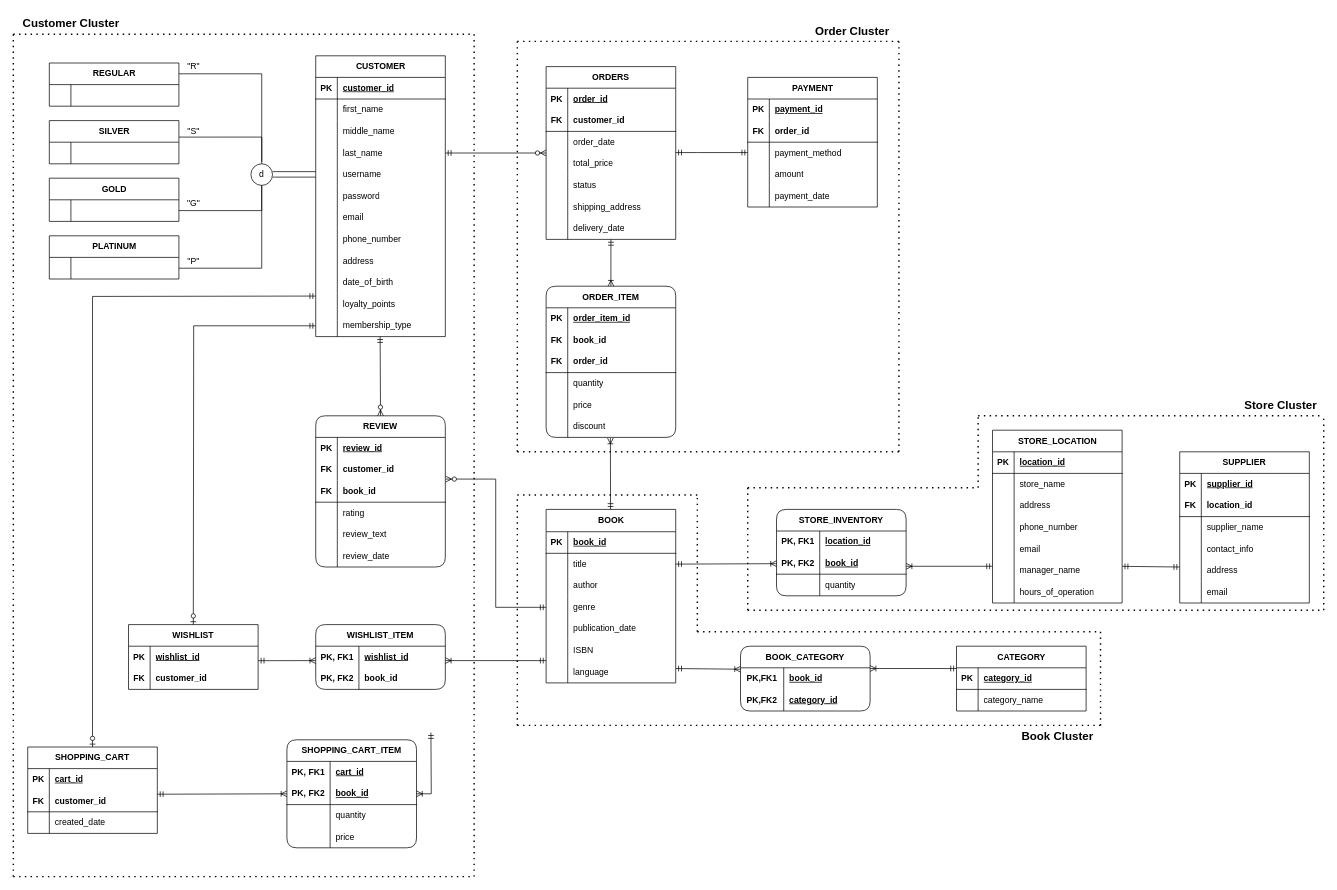
Above: page "Page-1" (1 of 5) of diagram/diagram.drawio in sirithatthamrong/Kinakuniyo-Bookstore-Database (draw.io), before the change. Source tidied: cells renumbered, new cells numbered last; positions are measured from the earlier drawing's top-left corner, leaving out a move shared by most shapes. Both pictures are drawn from the tidied source at 72%, with x=0, y=0 at pixel (13, 12).
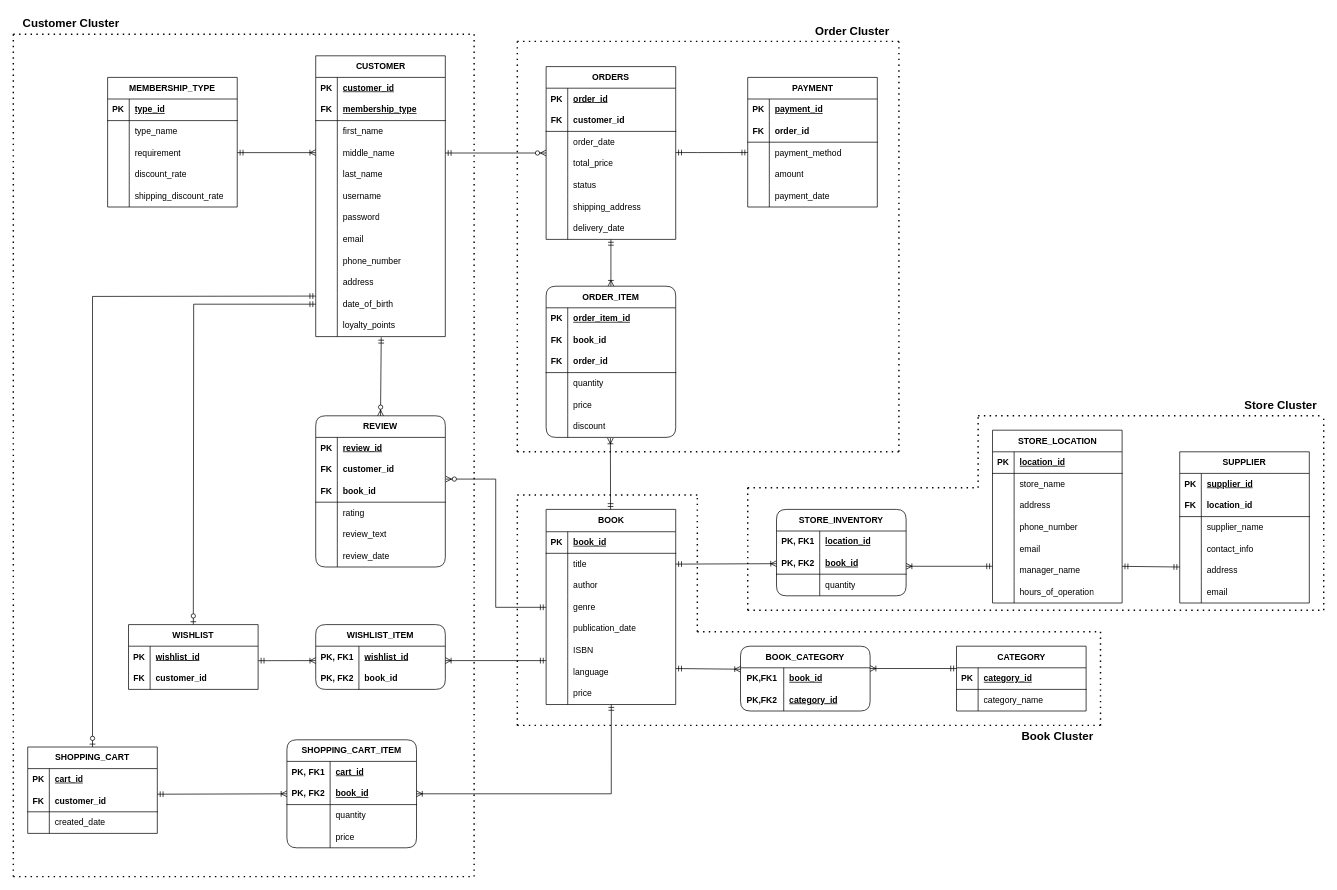
Above is the later version.

Unchanged cells that the change refers to:
```xml
<mxCell id="2" value="CUSTOMER" style="shape=table;startSize=30;childLayout=tableLayout;rowLines=0;fontStyle=1;align=center;html=1;" parent="1" vertex="1">
  <mxGeometry x="420" y="60" width="180" height="390" as="geometry" />
</mxCell>
<mxCell id="150" value="REVIEW" style="shape=table;startSize=30;childLayout=tableLayout;rowLines=0;fontStyle=1;align=center;html=1;whiteSpace=wrap;rounded=1;swimlaneLine=1;" parent="1" vertex="1">
  <mxGeometry x="420" y="560" width="180" height="210" as="geometry" />
</mxCell>
<mxCell id="227" style="shape=tableRow;horizontal=0;startSize=0;swimlaneHead=0;swimlaneBody=0;fillColor=none;points=[[0,0.5],[1,0.5]];portConstraint=eastwest;top=0;left=0;right=0;bottom=1;html=1;" parent="223" vertex="1">
  <mxGeometry y="60" width="180" height="30" as="geometry" />
</mxCell>
```

Change to the diagram source:
```diff
@@
+    <mxCell id="308" style="shape=tableRow;horizontal=0;startSize=0;swimlaneHead=0;swimlaneBody=0;fillColor=none;top=0;left=0;right=0;bottom=0;strokeColor=inherit;swimlaneLine=0;" parent="2" vertex="1">
+      <mxGeometry y="30" width="180" height="30" as="geometry" />
+    </mxCell>
+    <mxCell id="309" value="PK" style="shape=partialRectangle;fillColor=none;top=0;left=0;bottom=0;right=0;fontStyle=1;overflow=hidden;whiteSpace=wrap;html=1;" parent="308" vertex="1">
+      <mxGeometry width="30" height="30" as="geometry" />
+    </mxCell>
+    <mxCell id="310" value="customer_id" style="shape=partialRectangle;fillColor=none;top=0;left=0;bottom=0;right=0;align=left;spacingLeft=6;fontStyle=5;overflow=hidden;whiteSpace=wrap;html=1;strokeColor=inherit;" parent="308" vertex="1">
+      <mxGeometry x="30" width="150" height="30" as="geometry" />
+    </mxCell>
     <mxCell id="3" style="shape=tableRow;horizontal=0;startSize=0;swimlaneHead=0;swimlaneBody=0;fillColor=none;top=0;left=0;right=0;bottom=1;" parent="2" vertex="1">
-      <mxGeometry y="30" width="180" height="30" as="geometry" />
+      <mxGeometry y="60" width="180" height="30" as="geometry" />
     </mxCell>
-    <mxCell id="4" value="PK" style="shape=partialRectangle;fillColor=none;top=0;left=0;bottom=0;right=0;fontStyle=1;overflow=hidden;whiteSpace=wrap;html=1;" parent="3" vertex="1">
+    <mxCell id="4" value="FK" style="shape=partialRectangle;fillColor=none;top=0;left=0;bottom=0;right=0;fontStyle=1;overflow=hidden;whiteSpace=wrap;html=1;" parent="3" vertex="1">
       <mxGeometry width="30" height="30" as="geometry" />
     </mxCell>
-    <mxCell id="5" value="customer_id" style="shape=partialRectangle;fillColor=none;top=0;left=0;bottom=0;right=0;align=left;spacingLeft=6;fontStyle=5;overflow=hidden;whiteSpace=wrap;html=1;" parent="3" vertex="1">
+    <mxCell id="5" value="membership_type" style="shape=partialRectangle;fillColor=none;top=0;left=0;bottom=0;right=0;align=left;spacingLeft=6;fontStyle=5;overflow=hidden;whiteSpace=wrap;html=1;" parent="3" vertex="1">
       <mxGeometry x="30" width="150" height="30" as="geometry" />
     </mxCell>
     <mxCell id="6" style="shape=tableRow;horizontal=0;startSize=0;swimlaneHead=0;swimlaneBody=0;fillColor=none;top=0;left=0;right=0;bottom=0;" parent="2" vertex="1">
-      <mxGeometry y="60" width="180" height="30" as="geometry" />
+      <mxGeometry y="90" width="180" height="30" as="geometry" />
     </mxCell>
@@
     <mxCell id="9" style="shape=tableRow;horizontal=0;startSize=0;swimlaneHead=0;swimlaneBody=0;fillColor=none;points=[[0,0.5],[1,0.5]];portConstraint=eastwest;top=0;left=0;right=0;bottom=0;" parent="2" vertex="1">
-      <mxGeometry y="90" width="180" height="30" as="geometry" />
+      <mxGeometry y="120" width="180" height="30" as="geometry" />
     </mxCell>
@@
     <mxCell id="12" style="shape=tableRow;horizontal=0;startSize=0;swimlaneHead=0;swimlaneBody=0;fillColor=none;points=[[0,0.5],[1,0.5]];portConstraint=eastwest;top=0;left=0;right=0;bottom=0;" parent="2" vertex="1">
-      <mxGeometry y="120" width="180" height="30" as="geometry" />
+      <mxGeometry y="150" width="180" height="30" as="geometry" />
     </mxCell>
@@
     <mxCell id="15" style="shape=tableRow;horizontal=0;startSize=0;swimlaneHead=0;swimlaneBody=0;fillColor=none;top=0;left=0;right=0;bottom=0;" parent="2" vertex="1">
-      <mxGeometry y="150" width="180" height="30" as="geometry" />
+      <mxGeometry y="180" width="180" height="30" as="geometry" />
     </mxCell>
@@
     <mxCell id="18" style="shape=tableRow;horizontal=0;startSize=0;swimlaneHead=0;swimlaneBody=0;fillColor=none;top=0;left=0;right=0;bottom=0;" parent="2" vertex="1">
-      <mxGeometry y="180" width="180" height="30" as="geometry" />
+      <mxGeometry y="210" width="180" height="30" as="geometry" />
     </mxCell>
@@
     <mxCell id="21" style="shape=tableRow;horizontal=0;startSize=0;swimlaneHead=0;swimlaneBody=0;fillColor=none;top=0;left=0;right=0;bottom=0;" parent="2" vertex="1">
-      <mxGeometry y="210" width="180" height="30" as="geometry" />
+      <mxGeometry y="240" width="180" height="30" as="geometry" />
     </mxCell>
@@
     <mxCell id="24" style="shape=tableRow;horizontal=0;startSize=0;swimlaneHead=0;swimlaneBody=0;fillColor=none;top=0;left=0;right=0;bottom=0;" parent="2" vertex="1">
-      <mxGeometry y="240" width="180" height="30" as="geometry" />
+      <mxGeometry y="270" width="180" height="30" as="geometry" />
     </mxCell>
@@
     <mxCell id="27" style="shape=tableRow;horizontal=0;startSize=0;swimlaneHead=0;swimlaneBody=0;fillColor=none;top=0;left=0;right=0;bottom=0;" parent="2" vertex="1">
-      <mxGeometry y="270" width="180" height="30" as="geometry" />
+      <mxGeometry y="300" width="180" height="30" as="geometry" />
     </mxCell>
@@
     <mxCell id="30" style="shape=tableRow;horizontal=0;startSize=0;swimlaneHead=0;swimlaneBody=0;fillColor=none;points=[[0,0.5],[1,0.5]];portConstraint=eastwest;top=0;left=0;right=0;bottom=0;" parent="2" vertex="1">
-      <mxGeometry y="300" width="180" height="30" as="geometry" />
+      <mxGeometry y="330" width="180" height="30" as="geometry" />
     </mxCell>
@@
     <mxCell id="33" style="shape=tableRow;horizontal=0;startSize=0;swimlaneHead=0;swimlaneBody=0;fillColor=none;top=0;left=0;right=0;bottom=0;" parent="2" vertex="1">
-      <mxGeometry y="330" width="180" height="30" as="geometry" />
+      <mxGeometry y="360" width="180" height="30" as="geometry" />
     </mxCell>
@@
-    <mxCell id="36" style="shape=tableRow;horizontal=0;startSize=0;swimlaneHead=0;swimlaneBody=0;fillColor=none;points=[[0,0.5],[1,0.5]];portConstraint=eastwest;top=0;left=0;right=0;bottom=0;" parent="2" vertex="1">
-      <mxGeometry y="360" width="180" height="30" as="geometry" />
-    </mxCell>
-    <mxCell id="37" style="shape=partialRectangle;fillColor=none;top=0;left=0;bottom=0;right=0;overflow=hidden;whiteSpace=wrap;html=1;" parent="36" vertex="1">
-      <mxGeometry width="30" height="30" as="geometry" />
-    </mxCell>
-    <mxCell id="38" value="membership_type" style="shape=partialRectangle;fillColor=none;top=0;left=0;bottom=0;right=0;align=left;spacingLeft=6;overflow=hidden;whiteSpace=wrap;html=1;" parent="36" vertex="1">
-      <mxGeometry x="30" width="150" height="30" as="geometry" />
-    </mxCell>
-    <mxCell id="39" style="shape=link;html=1;rounded=0;width=7.600000000000001;" parent="1" edge="1">
-      <mxGeometry relative="1" as="geometry">
-        <mxPoint x="420" y="224.7" as="sourcePoint" />
-        <mxPoint x="360.2" y="224.7" as="targetPoint" />
-      </mxGeometry>
-    </mxCell>
-    <mxCell id="40" style="ellipse;whiteSpace=wrap;html=1;" parent="1" vertex="1">
-      <mxGeometry x="330" y="210" width="30" height="30" as="geometry" />
-    </mxCell>
-    <mxCell id="41" style="edgeStyle=orthogonalEdgeStyle;rounded=0;jettySize=auto;html=1;exitX=0.5;exitY=0;exitDx=0;exitDy=0;" parent="1" edge="1" source="42">
-      <mxGeometry relative="1" as="geometry">
-        <mxPoint x="345.1" y="212.6" as="targetPoint" />
-      </mxGeometry>
-    </mxCell>
-    <mxCell id="42" value="d" style="text;html=1;align=center;verticalAlign=middle;whiteSpace=wrap;rounded=0;" parent="1" vertex="1">
-      <mxGeometry x="330" y="212.5" width="30" height="25" as="geometry" />
-    </mxCell>
-    <mxCell id="43" value="REGULAR" style="shape=table;startSize=30;childLayout=tableLayout;rowLines=0;fontStyle=1;align=center;html=1;" parent="1" vertex="1">
-      <mxGeometry x="50" y="70" width="180" height="60" as="geometry" />
-    </mxCell>
-    <mxCell id="44" style="shape=tableRow;horizontal=0;startSize=0;swimlaneHead=0;swimlaneBody=0;fillColor=none;top=0;left=0;right=0;bottom=0;" parent="43" vertex="1">
-      <mxGeometry y="30" width="180" height="30" as="geometry" />
-    </mxCell>
-    <mxCell id="45" style="shape=partialRectangle;fillColor=none;top=0;left=0;bottom=0;right=0;overflow=hidden;whiteSpace=wrap;html=1;" parent="44" vertex="1">
-      <mxGeometry width="30" height="30" as="geometry" />
-    </mxCell>
-    <mxCell id="46" style="shape=partialRectangle;fillColor=none;top=0;left=0;bottom=0;right=0;align=left;spacingLeft=6;overflow=hidden;whiteSpace=wrap;html=1;" parent="44" vertex="1">
-      <mxGeometry x="30" width="150" height="30" as="geometry" />
-    </mxCell>
-    <mxCell id="47" value="SILVER" style="shape=table;startSize=30;childLayout=tableLayout;rowLines=0;fontStyle=1;align=center;html=1;" parent="1" vertex="1">
-      <mxGeometry x="50" y="150" width="180" height="60" as="geometry" />
-    </mxCell>
-    <mxCell id="48" style="shape=tableRow;horizontal=0;startSize=0;swimlaneHead=0;swimlaneBody=0;fillColor=none;top=0;left=0;right=0;bottom=0;" parent="47" vertex="1">
-      <mxGeometry y="30" width="180" height="30" as="geometry" />
-    </mxCell>
-    <mxCell id="49" style="shape=partialRectangle;fillColor=none;top=0;left=0;bottom=0;right=0;overflow=hidden;whiteSpace=wrap;html=1;" parent="48" vertex="1">
-      <mxGeometry width="30" height="30" as="geometry" />
-    </mxCell>
-    <mxCell id="50" style="shape=partialRectangle;fillColor=none;top=0;left=0;bottom=0;right=0;align=left;spacingLeft=6;overflow=hidden;whiteSpace=wrap;html=1;" parent="48" vertex="1">
-      <mxGeometry x="30" width="150" height="30" as="geometry" />
-    </mxCell>
-    <mxCell id="51" value="GOLD" style="shape=table;startSize=30;childLayout=tableLayout;rowLines=0;fontStyle=1;align=center;html=1;" parent="1" vertex="1">
-      <mxGeometry x="50" y="230" width="180" height="60" as="geometry" />
-    </mxCell>
-    <mxCell id="52" style="shape=tableRow;horizontal=0;startSize=0;swimlaneHead=0;swimlaneBody=0;fillColor=none;points=[[0,0.5],[1,0.5]];portConstraint=eastwest;top=0;left=0;right=0;bottom=0;" parent="51" vertex="1">
-      <mxGeometry y="30" width="180" height="30" as="geometry" />
-    </mxCell>
-    <mxCell id="53" style="shape=partialRectangle;fillColor=none;top=0;left=0;bottom=0;right=0;overflow=hidden;whiteSpace=wrap;html=1;" parent="52" vertex="1">
-      <mxGeometry width="30" height="30" as="geometry" />
-    </mxCell>
-    <mxCell id="54" style="shape=partialRectangle;fillColor=none;top=0;left=0;bottom=0;right=0;align=left;spacingLeft=6;overflow=hidden;whiteSpace=wrap;html=1;" parent="52" vertex="1">
-      <mxGeometry x="30" width="150" height="30" as="geometry" />
-    </mxCell>
-    <mxCell id="55" value="PLATINUM" style="shape=table;startSize=30;childLayout=tableLayout;rowLines=0;fontStyle=1;align=center;html=1;" parent="1" vertex="1">
-      <mxGeometry x="50" y="310" width="180" height="60" as="geometry" />
-    </mxCell>
-    <mxCell id="56" style="shape=tableRow;horizontal=0;startSize=0;swimlaneHead=0;swimlaneBody=0;fillColor=none;points=[[0,0.5],[1,0.5]];portConstraint=eastwest;top=0;left=0;right=0;bottom=0;" parent="55" vertex="1">
-      <mxGeometry y="30" width="180" height="30" as="geometry" />
-    </mxCell>
-    <mxCell id="57" style="shape=partialRectangle;fillColor=none;top=0;left=0;bottom=0;right=0;overflow=hidden;whiteSpace=wrap;html=1;" parent="56" vertex="1">
-      <mxGeometry width="30" height="30" as="geometry" />
-    </mxCell>
-    <mxCell id="58" style="shape=partialRectangle;fillColor=none;top=0;left=0;bottom=0;right=0;align=left;spacingLeft=6;overflow=hidden;whiteSpace=wrap;html=1;" parent="56" vertex="1">
-      <mxGeometry x="30" width="150" height="30" as="geometry" />
-    </mxCell>
-    <mxCell id="59" style="endArrow=none;html=1;rounded=0;exitX=1;exitY=0.25;exitDx=0;exitDy=0;edgeStyle=orthogonalEdgeStyle;entryX=0.5;entryY=0;entryDx=0;entryDy=0;" parent="1" edge="1" source="43" target="40">
-      <mxGeometry relative="1" as="geometry">
-        <Array as="points">
-          <mxPoint x="345" y="85" />
-        </Array>
-      </mxGeometry>
-    </mxCell>
-    <mxCell id="60" style="endArrow=none;html=1;rounded=0;entryX=0.504;entryY=-0.089;entryDx=0;entryDy=0;exitX=1.001;exitY=0.382;exitDx=0;exitDy=0;edgeStyle=orthogonalEdgeStyle;entryPerimeter=0;exitPerimeter=0;" parent="1" edge="1" source="47" target="40">
-      <mxGeometry relative="1" as="geometry">
-        <Array as="points">
-          <mxPoint x="345" y="173" />
-        </Array>
-      </mxGeometry>
-    </mxCell>
-    <mxCell id="61" style="endArrow=none;html=1;rounded=0;entryX=0.5;entryY=1;entryDx=0;entryDy=0;exitX=1;exitY=0.5;exitDx=0;exitDy=0;edgeStyle=orthogonalEdgeStyle;" parent="1" edge="1" source="52" target="40">
-      <mxGeometry relative="1" as="geometry">
-        <Array as="points">
-          <mxPoint x="345" y="275" />
-        </Array>
-      </mxGeometry>
-    </mxCell>
-    <mxCell id="62" style="endArrow=none;html=1;rounded=0;entryX=0.5;entryY=1;entryDx=0;entryDy=0;exitX=1;exitY=0.5;exitDx=0;exitDy=0;edgeStyle=orthogonalEdgeStyle;" parent="1" edge="1" source="56" target="40">
-      <mxGeometry relative="1" as="geometry">
-        <Array as="points">
-          <mxPoint x="345" y="355" />
-        </Array>
-      </mxGeometry>
-    </mxCell>
-    <mxCell id="63" value="&quot;R&quot;" style="text;html=1;align=center;verticalAlign=middle;strokeColor=none;fillColor=none;" parent="1" vertex="1">
-      <mxGeometry x="230" y="60" width="40" height="30" as="geometry" />
-    </mxCell>
-    <mxCell id="64" value="&quot;S&quot;" style="text;html=1;align=center;verticalAlign=middle;strokeColor=none;fillColor=none;" parent="1" vertex="1">
-      <mxGeometry x="230" y="150" width="40" height="30" as="geometry" />
-    </mxCell>
-    <mxCell id="65" value="&quot;G&quot;" style="text;html=1;align=center;verticalAlign=middle;strokeColor=none;fillColor=none;" parent="1" vertex="1">
-      <mxGeometry x="230" y="250" width="40" height="30" as="geometry" />
-    </mxCell>
-    <mxCell id="66" value="&quot;P&quot;" style="text;html=1;align=center;verticalAlign=middle;strokeColor=none;fillColor=none;" parent="1" vertex="1">
-      <mxGeometry x="230" y="330" width="40" height="30" as="geometry" />
-    </mxCell>
@@
-    <mxCell id="89" style="fontSize=12;html=1;endArrow=ERzeroToMany;startArrow=ERmandOne;rounded=0;exitX=1;exitY=0.5;exitDx=0;exitDy=0;" parent="1" edge="1" source="12">
+    <mxCell id="89" style="fontSize=12;html=1;endArrow=ERzeroToMany;startArrow=ERmandOne;rounded=0;exitX=1;exitY=0.5;exitDx=0;exitDy=0;" parent="1" edge="1" source="9">
       <mxGeometry relative="1" as="geometry">
         <mxPoint x="740" y="195" as="targetPoint" />
       </mxGeometry>
     </mxCell>
@@
     <mxCell id="126" value="BOOK" style="shape=table;startSize=31;childLayout=tableLayout;rowLines=0;fontStyle=1;align=center;html=1;" parent="1" vertex="1">
-      <mxGeometry x="740" y="690" width="180" height="241" as="geometry" />
+      <mxGeometry x="740" y="690" width="180" height="271" as="geometry" />
     </mxCell>
@@
+    <mxCell id="311" style="shape=tableRow;horizontal=0;startSize=0;swimlaneHead=0;swimlaneBody=0;fillColor=none;points=[[0,0.5],[1,0.5]];portConstraint=eastwest;top=0;left=0;right=0;bottom=0;" parent="126" vertex="1">
+      <mxGeometry y="241" width="180" height="30" as="geometry" />
+    </mxCell>
+    <mxCell id="312" style="shape=partialRectangle;fillColor=none;top=0;left=0;bottom=0;right=0;overflow=hidden;whiteSpace=wrap;html=1;" parent="311" vertex="1">
+      <mxGeometry width="30" height="30" as="geometry" />
+    </mxCell>
+    <mxCell id="313" value="price" style="shape=partialRectangle;fillColor=none;top=0;left=0;bottom=0;right=0;align=left;spacingLeft=6;overflow=hidden;whiteSpace=wrap;html=1;" parent="311" vertex="1">
+      <mxGeometry x="30" width="150" height="30" as="geometry" />
+    </mxCell>
@@
-    <mxCell id="176" style="fontSize=12;html=1;endArrow=ERzeroToMany;startArrow=ERmandOne;rounded=0;entryX=0.5;entryY=0;entryDx=0;entryDy=0;exitX=0.497;exitY=1.002;exitDx=0;exitDy=0;exitPerimeter=0;" parent="1" edge="1" source="36" target="150">
-      <mxGeometry relative="1" as="geometry" />
+    <mxCell id="176" style="fontSize=12;html=1;endArrow=ERzeroToMany;startArrow=ERmandOne;rounded=0;entryX=0.5;entryY=0;entryDx=0;entryDy=0;" parent="1" edge="1" target="150">
+      <mxGeometry relative="1" as="geometry">
+        <mxPoint x="511" y="451" as="sourcePoint" />
+      </mxGeometry>
     </mxCell>
@@
-    <mxCell id="237" style="fontSize=12;html=1;endArrow=ERoneToMany;startArrow=ERmandOne;rounded=0;exitX=0.002;exitY=0.256;exitDx=0;exitDy=0;entryX=1;entryY=0.5;entryDx=0;entryDy=0;exitPerimeter=0;edgeStyle=orthogonalEdgeStyle;" parent="1" edge="1" target="227">
-      <mxGeometry relative="1" as="geometry">
-        <mxPoint x="580" y="1000" as="sourcePoint" />
-      </mxGeometry>
+    <mxCell id="237" style="fontSize=12;html=1;endArrow=ERoneToMany;startArrow=ERmandOne;rounded=0;entryX=1;entryY=0.5;entryDx=0;entryDy=0;edgeStyle=orthogonalEdgeStyle;exitX=0.503;exitY=1;exitDx=0;exitDy=0;exitPerimeter=0;" parent="1" edge="1" source="311" target="227">
+      <mxGeometry relative="1" as="geometry" />
     </mxCell>
@@
-    <mxCell id="307" style="fontSize=12;html=1;endArrow=ERzeroToOne;startArrow=ERmandOne;rounded=0;entryX=0.5;entryY=0;entryDx=0;entryDy=0;edgeStyle=orthogonalEdgeStyle;" parent="1" edge="1" source="36">
+    <mxCell id="307" style="fontSize=12;html=1;endArrow=ERzeroToOne;startArrow=ERmandOne;rounded=0;entryX=0.5;entryY=0;entryDx=0;entryDy=0;edgeStyle=orthogonalEdgeStyle;exitX=0;exitY=0.5;exitDx=0;exitDy=0;" parent="1" edge="1" source="30">
       <mxGeometry relative="1" as="geometry">
         <mxPoint x="250" y="850" as="targetPoint" />
       </mxGeometry>
     </mxCell>
+    <mxCell id="314" value="MEMBERSHIP_TYPE" style="shape=table;startSize=30;childLayout=tableLayout;rowLines=0;fontStyle=1;align=center;html=1;whiteSpace=wrap;" parent="1" vertex="1">
+      <mxGeometry x="131" y="90" width="180" height="180" as="geometry" />
+    </mxCell>
+    <mxCell id="315" style="shape=tableRow;horizontal=0;startSize=0;swimlaneHead=0;swimlaneBody=0;fillColor=none;top=0;left=0;right=0;bottom=1;html=1;" parent="314" vertex="1">
+      <mxGeometry y="30" width="180" height="30" as="geometry" />
+    </mxCell>
+    <mxCell id="316" value="PK" style="shape=partialRectangle;fillColor=none;top=0;left=0;bottom=0;right=0;fontStyle=1;overflow=hidden;html=1;whiteSpace=wrap;" parent="315" vertex="1">
+      <mxGeometry width="30" height="30" as="geometry" />
+    </mxCell>
+    <mxCell id="317" value="type_id" style="shape=partialRectangle;fillColor=none;top=0;left=0;bottom=0;right=0;align=left;spacingLeft=6;fontStyle=5;overflow=hidden;html=1;whiteSpace=wrap;strokeColor=default;fontColor=default;dashed=1;dashPattern=8 8;" parent="315" vertex="1">
+      <mxGeometry x="30" width="150" height="30" as="geometry" />
+    </mxCell>
+    <mxCell id="318" style="shape=tableRow;horizontal=0;startSize=0;swimlaneHead=0;swimlaneBody=0;fillColor=none;top=0;left=0;right=0;bottom=0;html=1;strokeColor=default;fontStyle=0;swimlaneLine=0;" parent="314" vertex="1">
+      <mxGeometry y="60" width="180" height="30" as="geometry" />
+    </mxCell>
+    <mxCell id="319" style="shape=partialRectangle;fillColor=none;top=0;left=0;bottom=0;right=0;overflow=hidden;html=1;whiteSpace=wrap;" parent="318" vertex="1">
+      <mxGeometry width="30" height="30" as="geometry" />
+    </mxCell>
+    <mxCell id="320" value="type_name" style="shape=partialRectangle;fillColor=none;top=0;left=0;bottom=0;right=0;align=left;spacingLeft=6;overflow=hidden;html=1;whiteSpace=wrap;" parent="318" vertex="1">
+      <mxGeometry x="30" width="150" height="30" as="geometry" />
+    </mxCell>
+    <mxCell id="321" style="shape=tableRow;horizontal=0;startSize=0;swimlaneHead=0;swimlaneBody=0;fillColor=none;top=0;left=0;right=0;bottom=0;html=1;" parent="314" vertex="1">
+      <mxGeometry y="90" width="180" height="30" as="geometry" />
+    </mxCell>
+    <mxCell id="322" style="shape=partialRectangle;fillColor=none;top=0;left=0;bottom=0;right=0;overflow=hidden;html=1;whiteSpace=wrap;" parent="321" vertex="1">
+      <mxGeometry width="30" height="30" as="geometry" />
+    </mxCell>
+    <mxCell id="323" value="requirement" style="shape=partialRectangle;fillColor=none;top=0;left=0;bottom=0;right=0;align=left;spacingLeft=6;overflow=hidden;html=1;whiteSpace=wrap;" parent="321" vertex="1">
+      <mxGeometry x="30" width="150" height="30" as="geometry" />
+    </mxCell>
+    <mxCell id="324" style="shape=tableRow;horizontal=0;startSize=0;swimlaneHead=0;swimlaneBody=0;fillColor=none;top=0;left=0;right=0;bottom=0;html=1;" parent="314" vertex="1">
+      <mxGeometry y="120" width="180" height="30" as="geometry" />
+    </mxCell>
+    <mxCell id="325" style="shape=partialRectangle;fillColor=none;top=0;left=0;bottom=0;right=0;overflow=hidden;html=1;whiteSpace=wrap;" parent="324" vertex="1">
+      <mxGeometry width="30" height="30" as="geometry" />
+    </mxCell>
+    <mxCell id="326" value="discount_rate" style="shape=partialRectangle;fillColor=none;top=0;left=0;bottom=0;right=0;align=left;spacingLeft=6;overflow=hidden;html=1;whiteSpace=wrap;" parent="324" vertex="1">
+      <mxGeometry x="30" width="150" height="30" as="geometry" />
+    </mxCell>
+    <mxCell id="327" style="shape=tableRow;horizontal=0;startSize=0;swimlaneHead=0;swimlaneBody=0;fillColor=none;top=0;left=0;right=0;bottom=0;html=1;" parent="314" vertex="1">
+      <mxGeometry y="150" width="180" height="30" as="geometry" />
+    </mxCell>
+    <mxCell id="328" style="shape=partialRectangle;fillColor=none;top=0;left=0;bottom=0;right=0;overflow=hidden;html=1;whiteSpace=wrap;" parent="327" vertex="1">
+      <mxGeometry width="30" height="30" as="geometry" />
+    </mxCell>
+    <mxCell id="329" value="shipping_discount_rate" style="shape=partialRectangle;fillColor=none;top=0;left=0;bottom=0;right=0;align=left;spacingLeft=6;overflow=hidden;html=1;whiteSpace=wrap;" parent="327" vertex="1">
+      <mxGeometry x="30" width="150" height="30" as="geometry" />
+    </mxCell>
+    <mxCell id="330" style="fontSize=12;html=1;endArrow=ERoneToMany;startArrow=ERmandOne;rounded=0;exitX=1;exitY=0.5;exitDx=0;exitDy=0;entryX=0;entryY=0.5;entryDx=0;entryDy=0;" parent="1" edge="1">
+      <mxGeometry relative="1" as="geometry">
+        <mxPoint x="311" y="194.5" as="sourcePoint" />
+        <mxPoint x="420" y="194.5" as="targetPoint" />
+      </mxGeometry>
+    </mxCell>
```
